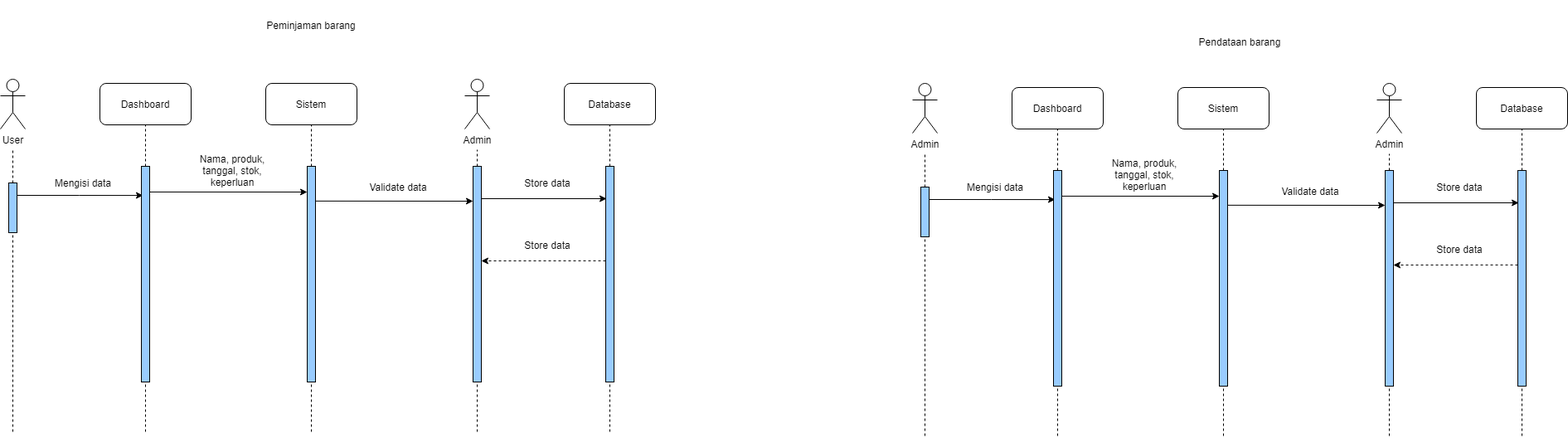
johannfac/aplikasipeminjamanaset keeps this draw.io diagram as diagrams/Sequence Diagram.drawio.png. Above is the earlier version. Source tidied: cells renumbered, new cells last; positions are measured from the earlier drawing's top-left corner, leaving out a move shared by most shapes.
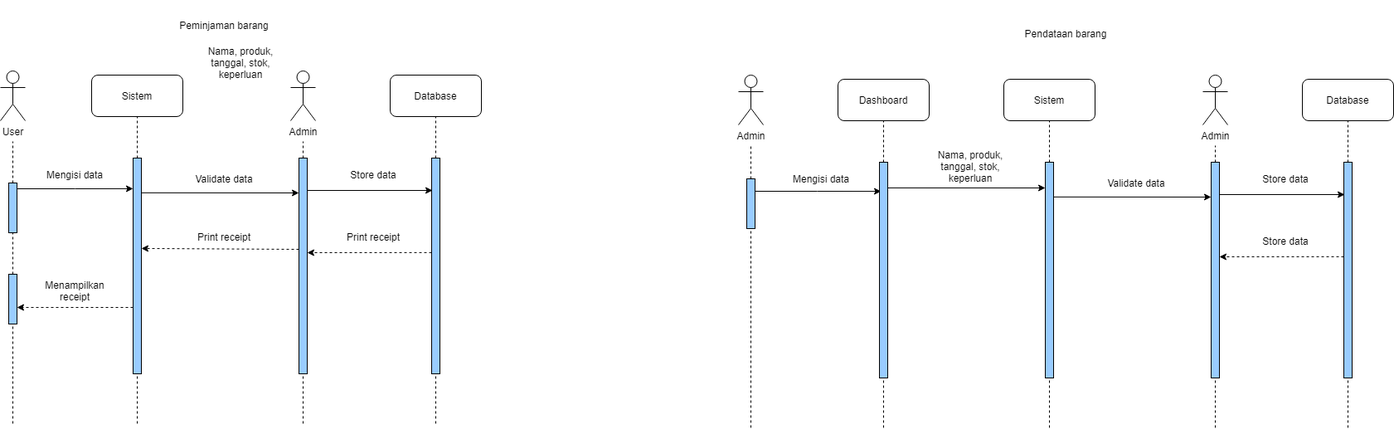
Above is the later version.

Change to the diagram source:
```diff
@@ -3,14 +3,11 @@
     <mxCell id="0" />
     <mxCell id="1" parent="0" />
     <mxCell id="2" value="Peminjaman barang" style="text;html=1;strokeColor=none;fillColor=none;align=center;verticalAlign=middle;whiteSpace=wrap;rounded=0;" parent="1" vertex="1">
-      <mxGeometry x="265" width="220" height="60" as="geometry" />
+      <mxGeometry x="370" y="10" width="220" height="60" as="geometry" />
     </mxCell>
     <mxCell id="3" value="Pendataan barang" style="text;html=1;strokeColor=none;fillColor=none;align=center;verticalAlign=middle;whiteSpace=wrap;rounded=0;" parent="1" vertex="1">
       <mxGeometry x="1380" y="20" width="230" height="60" as="geometry" />
     </mxCell>
-    <mxCell id="4" value="Dashboard" style="rounded=1;whiteSpace=wrap;html=1;" parent="1" vertex="1">
-      <mxGeometry x="120" y="100" width="110" height="50" as="geometry" />
-    </mxCell>
     <mxCell id="5" value="Sistem" style="rounded=1;whiteSpace=wrap;html=1;" parent="1" vertex="1">
       <mxGeometry x="320" y="100" width="110" height="50" as="geometry" />
     </mxCell>
@@ -18,19 +15,16 @@
       <mxGeometry x="680" y="100" width="110" height="50" as="geometry" />
     </mxCell>
     <mxCell id="7" value="User" style="shape=umlActor;verticalLabelPosition=bottom;verticalAlign=top;html=1;" parent="1" vertex="1">
-      <mxGeometry y="95" width="30" height="60" as="geometry" />
+      <mxGeometry x="210" y="95" width="30" height="60" as="geometry" />
     </mxCell>
     <mxCell id="8" value="Admin" style="shape=umlActor;verticalLabelPosition=bottom;verticalAlign=top;html=1;" parent="1" vertex="1">
       <mxGeometry x="560" y="95" width="30" height="60" as="geometry" />
     </mxCell>
     <mxCell id="9" style="endArrow=none;dashed=1;html=1;rounded=0;startArrow=none;" parent="1" edge="1" source="17">
       <mxGeometry relative="1" as="geometry">
-        <mxPoint x="15" y="180" as="targetPoint" />
+        <mxPoint x="225" y="180" as="targetPoint" />
       </mxGeometry>
     </mxCell>
-    <mxCell id="10" style="endArrow=none;dashed=1;html=1;rounded=0;entryX=0.5;entryY=1;entryDx=0;entryDy=0;startArrow=none;" parent="1" edge="1" source="19" target="4">
-      <mxGeometry relative="1" as="geometry" />
-    </mxCell>
     <mxCell id="11" style="endArrow=none;dashed=1;html=1;rounded=0;entryX=0.5;entryY=1;entryDx=0;entryDy=0;startArrow=none;" parent="1" edge="1" source="21">
       <mxGeometry relative="1" as="geometry">
         <mxPoint x="375" y="150" as="targetPoint" />
@@ -52,25 +46,17 @@
         <mxPoint x="735" y="520" as="sourcePoint" />
       </mxGeometry>
     </mxCell>
-    <mxCell id="16" style="edgeStyle=orthogonalEdgeStyle;rounded=0;jettySize=auto;html=1;exitX=1;exitY=0.25;exitDx=0;exitDy=0;entryX=0.2;entryY=0.135;entryDx=0;entryDy=0;entryPerimeter=0;" parent="1" edge="1" source="17" target="19">
-      <mxGeometry relative="1" as="geometry" />
+    <mxCell id="16" style="edgeStyle=orthogonalEdgeStyle;rounded=0;jettySize=auto;html=1;entryX=0;entryY=0.142;entryDx=0;entryDy=0;entryPerimeter=0;" parent="1" edge="1" target="21">
+      <mxGeometry relative="1" as="geometry">
+        <mxPoint x="230" y="237" as="sourcePoint" />
+      </mxGeometry>
     </mxCell>
     <mxCell id="17" style="rounded=0;whiteSpace=wrap;html=1;fillColor=#99CCFF;" parent="1" vertex="1">
-      <mxGeometry x="10" y="220" width="10" height="60" as="geometry" />
+      <mxGeometry x="220" y="230" width="10" height="60" as="geometry" />
     </mxCell>
-    <mxCell id="18" style="endArrow=none;dashed=1;html=1;rounded=0;" parent="1" edge="1" target="17">
-      <mxGeometry relative="1" as="geometry">
-        <mxPoint x="15" y="520" as="sourcePoint" />
-      </mxGeometry>
+    <mxCell id="18" style="endArrow=none;dashed=1;html=1;rounded=0;startArrow=none;" parent="1" edge="1" source="64" target="17">
+      <mxGeometry relative="1" as="geometry" />
     </mxCell>
-    <mxCell id="19" style="rounded=0;whiteSpace=wrap;html=1;fillColor=#99CCFF;" parent="1" vertex="1">
-      <mxGeometry x="170" y="200" width="10" height="260" as="geometry" />
-    </mxCell>
-    <mxCell id="20" style="endArrow=none;dashed=1;html=1;rounded=0;entryX=0.5;entryY=1;entryDx=0;entryDy=0;" parent="1" edge="1" target="19">
-      <mxGeometry relative="1" as="geometry">
-        <mxPoint x="175" y="520" as="sourcePoint" />
-      </mxGeometry>
-    </mxCell>
     <mxCell id="21" style="rounded=0;whiteSpace=wrap;html=1;fillColor=#99CCFF;" parent="1" vertex="1">
       <mxGeometry x="370" y="200" width="10" height="260" as="geometry" />
     </mxCell>
@@ -88,16 +74,11 @@
       </mxGeometry>
     </mxCell>
     <mxCell id="25" value="Mengisi data" style="text;html=1;strokeColor=none;fillColor=none;align=center;verticalAlign=middle;whiteSpace=wrap;rounded=0;" parent="1" vertex="1">
-      <mxGeometry x="50" y="210" width="100" height="20" as="geometry" />
+      <mxGeometry x="250" y="210" width="100" height="20" as="geometry" />
     </mxCell>
     <mxCell id="26" value="Nama, produk, tanggal, stok, keperluan" style="text;html=1;strokeColor=none;fillColor=none;align=center;verticalAlign=middle;whiteSpace=wrap;rounded=0;" parent="1" vertex="1">
-      <mxGeometry x="230" y="180" width="100" height="50" as="geometry" />
+      <mxGeometry x="450" y="60" width="100" height="50" as="geometry" />
     </mxCell>
-    <mxCell id="27" style="endArrow=classic;html=1;rounded=0;exitX=1;exitY=0.119;exitDx=0;exitDy=0;exitPerimeter=0;" parent="1" edge="1" source="19">
-      <mxGeometry relative="1" as="geometry">
-        <mxPoint x="370" y="231" as="targetPoint" />
-      </mxGeometry>
-    </mxCell>
     <mxCell id="28" style="endArrow=classic;html=1;rounded=0;exitX=1;exitY=0.161;exitDx=0;exitDy=0;exitPerimeter=0;" parent="1" edge="1" source="21">
       <mxGeometry relative="1" as="geometry">
         <mxPoint x="570" y="242" as="targetPoint" />
@@ -117,24 +98,49 @@
         <mxPoint x="580" y="314" as="targetPoint" />
       </mxGeometry>
     </mxCell>
-    <mxCell id="33" value="Store data" style="text;html=1;strokeColor=none;fillColor=none;align=center;verticalAlign=middle;whiteSpace=wrap;rounded=0;" parent="1" vertex="1">
+    <mxCell id="33" value="Print receipt" style="text;html=1;strokeColor=none;fillColor=none;align=center;verticalAlign=middle;whiteSpace=wrap;rounded=0;" parent="1" vertex="1">
       <mxGeometry x="610" y="280" width="100" height="30" as="geometry" />
     </mxCell>
+    <mxCell id="64" style="rounded=0;whiteSpace=wrap;html=1;fillColor=#99CCFF;" parent="1" vertex="1">
+      <mxGeometry x="220" y="340" width="10" height="60" as="geometry" />
+    </mxCell>
     <mxCell id="34" value="Dashboard" style="rounded=1;whiteSpace=wrap;html=1;" parent="1" vertex="1">
       <mxGeometry x="1220" y="105" width="110" height="50" as="geometry" />
     </mxCell>
+    <mxCell id="65" style="endArrow=none;dashed=1;html=1;rounded=0;" parent="1" edge="1" target="64">
+      <mxGeometry relative="1" as="geometry">
+        <mxPoint x="225" y="520" as="sourcePoint" />
+      </mxGeometry>
+    </mxCell>
     <mxCell id="35" value="Sistem" style="rounded=1;whiteSpace=wrap;html=1;" parent="1" vertex="1">
       <mxGeometry x="1420" y="105" width="110" height="50" as="geometry" />
     </mxCell>
+    <mxCell id="66" value="Print receipt" style="text;html=1;strokeColor=none;fillColor=none;align=center;verticalAlign=middle;whiteSpace=wrap;rounded=0;" parent="1" vertex="1">
+      <mxGeometry x="430" y="280" width="100" height="30" as="geometry" />
+    </mxCell>
     <mxCell id="36" value="Database" style="rounded=1;whiteSpace=wrap;html=1;" parent="1" vertex="1">
       <mxGeometry x="1780" y="105" width="110" height="50" as="geometry" />
     </mxCell>
+    <mxCell id="67" style="endArrow=classic;html=1;rounded=0;exitX=0;exitY=0.438;exitDx=0;exitDy=0;exitPerimeter=0;dashed=1;entryX=1;entryY=0.419;entryDx=0;entryDy=0;entryPerimeter=0;" parent="1" edge="1" target="21">
+      <mxGeometry relative="1" as="geometry">
+        <mxPoint x="570" y="310" as="sourcePoint" />
+      </mxGeometry>
+    </mxCell>
     <mxCell id="37" value="Admin" style="shape=umlActor;verticalLabelPosition=bottom;verticalAlign=top;html=1;" parent="1" vertex="1">
       <mxGeometry x="1100" y="100" width="30" height="60" as="geometry" />
     </mxCell>
+    <mxCell id="68" value="Menampilkan receipt" style="text;html=1;strokeColor=none;fillColor=none;align=center;verticalAlign=middle;whiteSpace=wrap;rounded=0;" parent="1" vertex="1">
+      <mxGeometry x="250" y="340" width="100" height="40" as="geometry" />
+    </mxCell>
     <mxCell id="38" value="Admin" style="shape=umlActor;verticalLabelPosition=bottom;verticalAlign=top;html=1;" parent="1" vertex="1">
       <mxGeometry x="1660" y="100" width="30" height="60" as="geometry" />
     </mxCell>
+    <mxCell id="69" style="endArrow=classic;html=1;rounded=0;dashed=1;" parent="1" edge="1">
+      <mxGeometry relative="1" as="geometry">
+        <mxPoint x="370" y="380" as="sourcePoint" />
+        <mxPoint x="230" y="380" as="targetPoint" />
+      </mxGeometry>
+    </mxCell>
     <mxCell id="39" style="endArrow=none;dashed=1;html=1;rounded=0;startArrow=none;" parent="1" edge="1" source="47">
       <mxGeometry relative="1" as="geometry">
         <mxPoint x="1115" y="185" as="targetPoint" />
```
